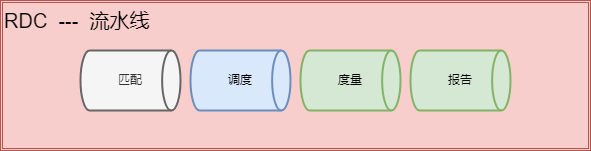
Earlier version of the draw.io export architecture/模块化.drawio.png (muxicode/c153080686). Source tidied: cells renumbered, new cells last; positions are measured from the earlier drawing's top-left corner, leaving out a move shared by most shapes.
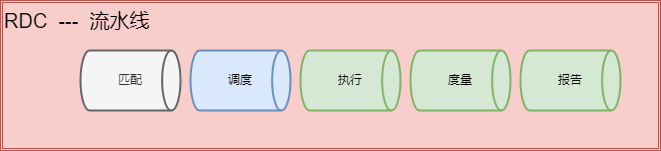
After the commit.

Commit message:
更新模块化.drawio.png

What changed in the source:
```diff
@@ -3,19 +3,22 @@
     <mxCell id="0" />
     <mxCell id="1" parent="0" />
     <mxCell id="2" value="RDC&amp;nbsp; ---&amp;nbsp; 流水线" style="shape=ext;double=1;rounded=0;whiteSpace=wrap;html=1;fillColor=#f8cecc;strokeColor=#b85450;align=left;horizontal=1;verticalAlign=top;fontSize=20;" parent="1" vertex="1">
-      <mxGeometry width="590" height="150" as="geometry" />
+      <mxGeometry width="660" height="150" as="geometry" />
     </mxCell>
     <mxCell id="3" value="匹配" style="strokeWidth=2;html=1;shape=mxgraph.flowchart.direct_data;whiteSpace=wrap;fillColor=#f5f5f5;fontColor=#333333;strokeColor=#666666;" parent="1" vertex="1">
       <mxGeometry x="80" y="50" width="100" height="60" as="geometry" />
     </mxCell>
-    <mxCell id="4" value="度量" style="strokeWidth=2;html=1;shape=mxgraph.flowchart.direct_data;whiteSpace=wrap;fillColor=#d5e8d4;strokeColor=#82b366;" parent="1" vertex="1">
+    <mxCell id="4" value="执行" style="strokeWidth=2;html=1;shape=mxgraph.flowchart.direct_data;whiteSpace=wrap;fillColor=#d5e8d4;strokeColor=#82b366;" parent="1" vertex="1">
       <mxGeometry x="300" y="50" width="100" height="60" as="geometry" />
     </mxCell>
     <mxCell id="5" value="调度" style="strokeWidth=2;html=1;shape=mxgraph.flowchart.direct_data;whiteSpace=wrap;fillColor=#dae8fc;strokeColor=#6c8ebf;" parent="1" vertex="1">
       <mxGeometry x="190" y="50" width="100" height="60" as="geometry" />
     </mxCell>
     <mxCell id="6" value="报告" style="strokeWidth=2;html=1;shape=mxgraph.flowchart.direct_data;whiteSpace=wrap;fillColor=#d5e8d4;strokeColor=#82b366;" parent="1" vertex="1">
-      <mxGeometry x="410" y="50" width="100" height="60" as="geometry" />
+      <mxGeometry x="520" y="50" width="100" height="60" as="geometry" />
     </mxCell>
+    <mxCell id="7" value="度量" style="strokeWidth=2;html=1;shape=mxgraph.flowchart.direct_data;whiteSpace=wrap;fillColor=#d5e8d4;strokeColor=#82b366;" parent="1" vertex="1">
+      <mxGeometry x="410" y="50" width="100" height="60" as="geometry" />
+    </mxCell>
   </root>
 </mxGraphModel>
```
